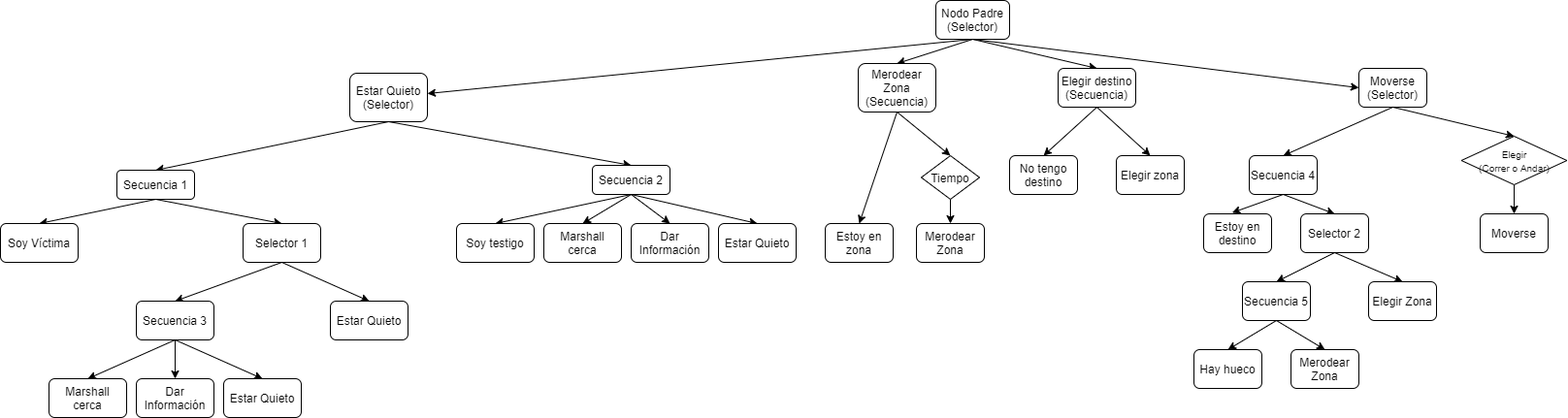
The draw.io diagram Comportamiento de Personajes/Documentos/BehaviourTreeVillager.png in lightningopal/Juegos-para-Web-y-Redes-Sociales---Unity, before a commit. Source tidied: cells renumbered, new cells last; positions are measured from the earlier drawing's top-left corner, leaving out a move shared by most shapes.
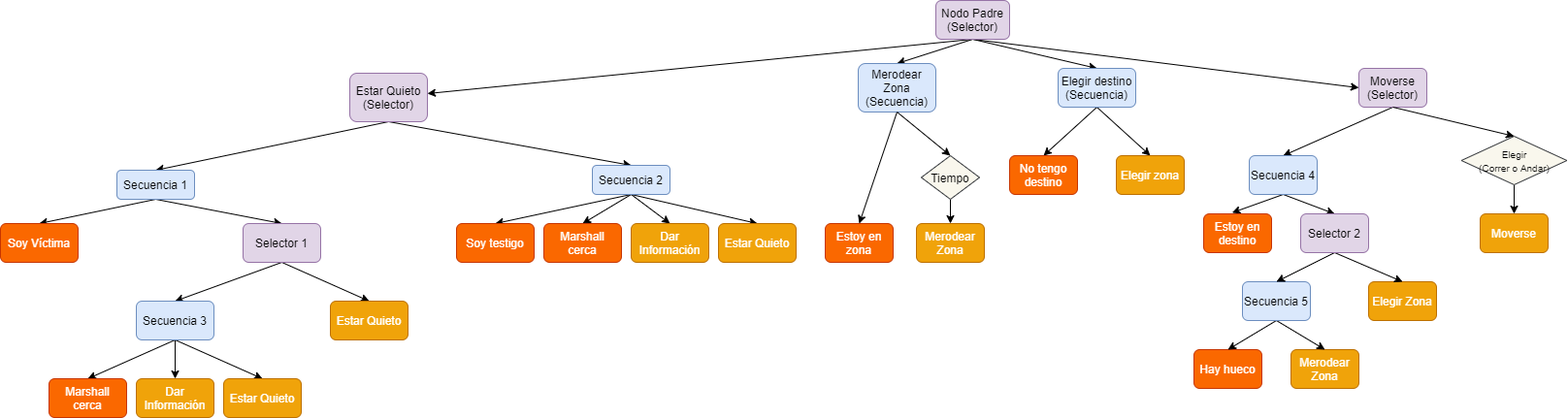
Above is the later version.

Commit message:
[CDP] - Actualización de los árboles de comportamientos

Diff of the diagram source:
```diff
@@ -14,7 +14,7 @@
     <mxCell id="5" style="edgeStyle=none;rounded=0;jettySize=auto;html=1;exitX=0.5;exitY=1;exitDx=0;exitDy=0;entryX=0;entryY=0.5;entryDx=0;entryDy=0;" parent="1" edge="1" source="6" target="9">
       <mxGeometry relative="1" as="geometry" />
     </mxCell>
-    <mxCell id="6" value="Nodo Padre&lt;br&gt;(Selector)" style="rounded=1;whiteSpace=wrap;html=1;" parent="1" vertex="1">
+    <mxCell id="6" value="Nodo Padre&lt;br&gt;(Selector)" style="rounded=1;whiteSpace=wrap;html=1;fillColor=#e1d5e7;strokeColor=#9673a6;" parent="1" vertex="1">
       <mxGeometry x="964" width="76" height="40" as="geometry" />
     </mxCell>
     <mxCell id="7" style="edgeStyle=none;rounded=0;jettySize=auto;html=1;exitX=0.5;exitY=1;exitDx=0;exitDy=0;entryX=0.5;entryY=0;entryDx=0;entryDy=0;" parent="1" edge="1" source="9" target="25">
@@ -23,7 +23,7 @@
     <mxCell id="8" style="edgeStyle=none;rounded=0;jettySize=auto;html=1;exitX=0.5;exitY=1;exitDx=0;exitDy=0;entryX=0.5;entryY=0;entryDx=0;entryDy=0;" parent="1" edge="1" source="63" target="26">
       <mxGeometry relative="1" as="geometry" />
     </mxCell>
-    <mxCell id="9" value="Moverse&lt;br&gt;(Selector)" style="rounded=1;whiteSpace=wrap;html=1;" parent="1" vertex="1">
+    <mxCell id="9" value="Moverse&lt;br&gt;(Selector)" style="rounded=1;whiteSpace=wrap;html=1;fillColor=#e1d5e7;strokeColor=#9673a6;" parent="1" vertex="1">
       <mxGeometry x="1400" y="70" width="70" height="40" as="geometry" />
     </mxCell>
     <mxCell id="10" style="edgeStyle=none;rounded=0;jettySize=auto;html=1;exitX=0.5;exitY=1;exitDx=0;exitDy=0;entryX=0.5;entryY=0;entryDx=0;entryDy=0;" parent="1" edge="1" source="12" target="16">
@@ -32,7 +32,7 @@
     <mxCell id="11" style="edgeStyle=none;rounded=0;jettySize=auto;html=1;exitX=0.5;exitY=1;exitDx=0;exitDy=0;entryX=0.5;entryY=0;entryDx=0;entryDy=0;" parent="1" edge="1" source="61" target="17">
       <mxGeometry relative="1" as="geometry" />
     </mxCell>
-    <mxCell id="12" value="Merodear Zona&lt;br&gt;(Secuencia)" style="rounded=1;whiteSpace=wrap;html=1;" parent="1" vertex="1">
+    <mxCell id="12" value="Merodear Zona&lt;br&gt;(Secuencia)" style="rounded=1;whiteSpace=wrap;html=1;fillColor=#dae8fc;strokeColor=#6c8ebf;" parent="1" vertex="1">
       <mxGeometry x="884" y="65" width="80" height="50" as="geometry" />
     </mxCell>
     <mxCell id="13" style="edgeStyle=none;rounded=0;jettySize=auto;html=1;exitX=0.5;exitY=1;exitDx=0;exitDy=0;entryX=0.5;entryY=0;entryDx=0;entryDy=0;" parent="1" edge="1" source="15" target="41">
@@ -41,13 +41,13 @@
     <mxCell id="14" style="edgeStyle=none;rounded=0;jettySize=auto;html=1;exitX=0.5;exitY=1;exitDx=0;exitDy=0;entryX=0.5;entryY=0;entryDx=0;entryDy=0;" parent="1" edge="1" source="15" target="34">
       <mxGeometry relative="1" as="geometry" />
     </mxCell>
-    <mxCell id="15" value="Estar Quieto&lt;br&gt;(Selector)" style="rounded=1;whiteSpace=wrap;html=1;" parent="1" vertex="1">
+    <mxCell id="15" value="Estar Quieto&lt;br&gt;(Selector)" style="rounded=1;whiteSpace=wrap;html=1;fillColor=#e1d5e7;strokeColor=#9673a6;" parent="1" vertex="1">
       <mxGeometry x="360" y="75" width="80" height="50" as="geometry" />
     </mxCell>
-    <mxCell id="16" value="Estoy en zona" style="rounded=1;whiteSpace=wrap;html=1;" parent="1" vertex="1">
+    <mxCell id="16" value="Estoy en zona" style="rounded=1;whiteSpace=wrap;html=1;fillColor=#fa6800;strokeColor=#C73500;fontColor=#ffffff;" parent="1" vertex="1">
       <mxGeometry x="850" y="230" width="70" height="40" as="geometry" />
     </mxCell>
-    <mxCell id="17" value="Merodear Zona" style="rounded=1;whiteSpace=wrap;html=1;" parent="1" vertex="1">
+    <mxCell id="17" value="Merodear Zona" style="rounded=1;whiteSpace=wrap;html=1;fillColor=#f0a30a;strokeColor=#BD7000;fontColor=#ffffff;" parent="1" vertex="1">
       <mxGeometry x="944" y="230" width="70" height="40" as="geometry" />
     </mxCell>
     <mxCell id="18" style="edgeStyle=none;rounded=0;jettySize=auto;html=1;exitX=0.5;exitY=1;exitDx=0;exitDy=0;entryX=0.5;entryY=0;entryDx=0;entryDy=0;" parent="1" edge="1" source="20" target="21">
@@ -56,13 +56,13 @@
     <mxCell id="19" style="edgeStyle=none;rounded=0;jettySize=auto;html=1;exitX=0.5;exitY=1;exitDx=0;exitDy=0;entryX=0.5;entryY=0;entryDx=0;entryDy=0;" parent="1" edge="1" source="20" target="22">
       <mxGeometry relative="1" as="geometry" />
     </mxCell>
-    <mxCell id="20" value="Elegir destino&lt;br&gt;(Secuencia)" style="rounded=1;whiteSpace=wrap;html=1;" parent="1" vertex="1">
+    <mxCell id="20" value="Elegir destino&lt;br&gt;(Secuencia)" style="rounded=1;whiteSpace=wrap;html=1;fillColor=#dae8fc;strokeColor=#6c8ebf;" parent="1" vertex="1">
       <mxGeometry x="1090" y="70" width="80" height="40" as="geometry" />
     </mxCell>
-    <mxCell id="21" value="No tengo destino" style="rounded=1;whiteSpace=wrap;html=1;" parent="1" vertex="1">
+    <mxCell id="21" value="No tengo destino" style="rounded=1;whiteSpace=wrap;html=1;fillColor=#fa6800;strokeColor=#C73500;fontColor=#ffffff;" parent="1" vertex="1">
       <mxGeometry x="1040" y="160" width="70" height="40" as="geometry" />
     </mxCell>
-    <mxCell id="22" value="Elegir zona" style="rounded=1;whiteSpace=wrap;html=1;" parent="1" vertex="1">
+    <mxCell id="22" value="Elegir zona" style="rounded=1;whiteSpace=wrap;html=1;fillColor=#f0a30a;strokeColor=#BD7000;fontColor=#ffffff;" parent="1" vertex="1">
       <mxGeometry x="1150" y="160" width="70" height="40" as="geometry" />
     </mxCell>
     <mxCell id="23" style="edgeStyle=none;rounded=0;jettySize=auto;html=1;exitX=0.5;exitY=1;exitDx=0;exitDy=0;entryX=0.419;entryY=-0.029;entryDx=0;entryDy=0;entryPerimeter=0;" parent="1" edge="1" source="25" target="27">
@@ -71,19 +71,19 @@
     <mxCell id="24" style="edgeStyle=none;rounded=0;jettySize=auto;html=1;exitX=0.5;exitY=1;exitDx=0;exitDy=0;entryX=0.5;entryY=0;entryDx=0;entryDy=0;" parent="1" edge="1" source="25" target="60">
       <mxGeometry relative="1" as="geometry" />
     </mxCell>
-    <mxCell id="25" value="Secuencia 4" style="rounded=1;whiteSpace=wrap;html=1;" parent="1" vertex="1">
+    <mxCell id="25" value="Secuencia 4" style="rounded=1;whiteSpace=wrap;html=1;fillColor=#dae8fc;strokeColor=#6c8ebf;" parent="1" vertex="1">
       <mxGeometry x="1287" y="160" width="70" height="40" as="geometry" />
     </mxCell>
-    <mxCell id="26" value="Moverse" style="rounded=1;whiteSpace=wrap;html=1;" parent="1" vertex="1">
+    <mxCell id="26" value="Moverse" style="rounded=1;whiteSpace=wrap;html=1;fillColor=#f0a30a;strokeColor=#BD7000;fontColor=#ffffff;" parent="1" vertex="1">
       <mxGeometry x="1525" y="220" width="70" height="40" as="geometry" />
     </mxCell>
-    <mxCell id="27" value="Estoy en destino" style="rounded=1;whiteSpace=wrap;html=1;" parent="1" vertex="1">
+    <mxCell id="27" value="Estoy en destino" style="rounded=1;whiteSpace=wrap;html=1;fillColor=#fa6800;strokeColor=#C73500;fontColor=#ffffff;" parent="1" vertex="1">
       <mxGeometry x="1240" y="220" width="70" height="40" as="geometry" />
     </mxCell>
-    <mxCell id="28" value="Hay hueco" style="rounded=1;whiteSpace=wrap;html=1;" parent="1" vertex="1">
+    <mxCell id="28" value="Hay hueco" style="rounded=1;whiteSpace=wrap;html=1;fillColor=#fa6800;strokeColor=#C73500;fontColor=#ffffff;" parent="1" vertex="1">
       <mxGeometry x="1230" y="360" width="70" height="40" as="geometry" />
     </mxCell>
-    <mxCell id="29" value="Merodear Zona" style="rounded=1;whiteSpace=wrap;html=1;" parent="1" vertex="1">
+    <mxCell id="29" value="Merodear Zona" style="rounded=1;whiteSpace=wrap;html=1;fillColor=#f0a30a;strokeColor=#BD7000;fontColor=#ffffff;" parent="1" vertex="1">
       <mxGeometry x="1330" y="360" width="70" height="40" as="geometry" />
     </mxCell>
     <mxCell id="30" style="edgeStyle=none;rounded=0;jettySize=auto;html=1;exitX=0.5;exitY=1;exitDx=0;exitDy=0;entryX=0.5;entryY=0;entryDx=0;entryDy=0;" parent="1" edge="1" source="34" target="35">
@@ -98,19 +98,19 @@
     <mxCell id="33" style="edgeStyle=none;rounded=0;jettySize=auto;html=1;exitX=0.5;exitY=1;exitDx=0;exitDy=0;entryX=0.5;entryY=0;entryDx=0;entryDy=0;" parent="1" edge="1" source="34" target="37">
       <mxGeometry relative="1" as="geometry" />
     </mxCell>
-    <mxCell id="34" value="Secuencia 2" style="rounded=1;whiteSpace=wrap;html=1;" parent="1" vertex="1">
+    <mxCell id="34" value="Secuencia 2" style="rounded=1;whiteSpace=wrap;html=1;fillColor=#dae8fc;strokeColor=#6c8ebf;" parent="1" vertex="1">
       <mxGeometry x="610" y="170" width="80" height="30" as="geometry" />
     </mxCell>
-    <mxCell id="35" value="Soy testigo" style="rounded=1;whiteSpace=wrap;html=1;" parent="1" vertex="1">
+    <mxCell id="35" value="Soy testigo" style="rounded=1;whiteSpace=wrap;html=1;fillColor=#fa6800;strokeColor=#C73500;fontColor=#ffffff;" parent="1" vertex="1">
       <mxGeometry x="470" y="230" width="80" height="40" as="geometry" />
     </mxCell>
-    <mxCell id="36" value="Marshall cerca" style="rounded=1;whiteSpace=wrap;html=1;" parent="1" vertex="1">
+    <mxCell id="36" value="Marshall cerca" style="rounded=1;whiteSpace=wrap;html=1;fillColor=#fa6800;strokeColor=#C73500;fontColor=#ffffff;" parent="1" vertex="1">
       <mxGeometry x="560" y="230" width="80" height="40" as="geometry" />
     </mxCell>
-    <mxCell id="37" value="Estar Quieto" style="rounded=1;whiteSpace=wrap;html=1;" parent="1" vertex="1">
+    <mxCell id="37" value="Estar Quieto" style="rounded=1;whiteSpace=wrap;html=1;fillColor=#f0a30a;strokeColor=#BD7000;fontColor=#ffffff;" parent="1" vertex="1">
       <mxGeometry x="740" y="230" width="80" height="40" as="geometry" />
     </mxCell>
-    <mxCell id="38" value="Dar Información" style="rounded=1;whiteSpace=wrap;html=1;" parent="1" vertex="1">
+    <mxCell id="38" value="Dar Información" style="rounded=1;whiteSpace=wrap;html=1;fillColor=#f0a30a;strokeColor=#BD7000;fontColor=#ffffff;" parent="1" vertex="1">
       <mxGeometry x="650" y="230" width="80" height="40" as="geometry" />
     </mxCell>
     <mxCell id="39" style="edgeStyle=none;rounded=0;jettySize=auto;html=1;exitX=0.5;exitY=1;exitDx=0;exitDy=0;entryX=0.5;entryY=0;entryDx=0;entryDy=0;" parent="1" edge="1" source="41" target="42">
@@ -119,10 +119,10 @@
     <mxCell id="40" style="edgeStyle=none;rounded=0;jettySize=auto;html=1;exitX=0.5;exitY=1;exitDx=0;exitDy=0;entryX=0.5;entryY=0;entryDx=0;entryDy=0;" parent="1" edge="1" source="41" target="45">
       <mxGeometry relative="1" as="geometry" />
     </mxCell>
-    <mxCell id="41" value="Secuencia 1" style="rounded=1;whiteSpace=wrap;html=1;" parent="1" vertex="1">
+    <mxCell id="41" value="Secuencia 1" style="rounded=1;whiteSpace=wrap;html=1;fillColor=#dae8fc;strokeColor=#6c8ebf;" parent="1" vertex="1">
       <mxGeometry x="120" y="175" width="80" height="30" as="geometry" />
     </mxCell>
-    <mxCell id="42" value="Soy Víctima" style="rounded=1;whiteSpace=wrap;html=1;" parent="1" vertex="1">
+    <mxCell id="42" value="Soy Víctima" style="rounded=1;whiteSpace=wrap;html=1;fillColor=#fa6800;strokeColor=#C73500;fontColor=#ffffff;" parent="1" vertex="1">
       <mxGeometry y="230" width="80" height="40" as="geometry" />
     </mxCell>
     <mxCell id="43" style="edgeStyle=none;rounded=0;jettySize=auto;html=1;exitX=0.5;exitY=1;exitDx=0;exitDy=0;entryX=0.5;entryY=0;entryDx=0;entryDy=0;" parent="1" edge="1" source="45" target="49">
@@ -131,7 +131,7 @@
     <mxCell id="44" style="edgeStyle=none;rounded=0;jettySize=auto;html=1;exitX=0.5;exitY=1;exitDx=0;exitDy=0;entryX=0.5;entryY=0;entryDx=0;entryDy=0;" parent="1" edge="1" source="45" target="50">
       <mxGeometry relative="1" as="geometry" />
     </mxCell>
-    <mxCell id="45" value="Selector 1" style="rounded=1;whiteSpace=wrap;html=1;" parent="1" vertex="1">
+    <mxCell id="45" value="Selector 1" style="rounded=1;whiteSpace=wrap;html=1;fillColor=#e1d5e7;strokeColor=#9673a6;" parent="1" vertex="1">
       <mxGeometry x="250" y="230" width="80" height="40" as="geometry" />
     </mxCell>
     <mxCell id="46" style="edgeStyle=none;rounded=0;jettySize=auto;html=1;exitX=0.5;exitY=1;exitDx=0;exitDy=0;entryX=0.5;entryY=0;entryDx=0;entryDy=0;" parent="1" edge="1" source="49" target="51">
@@ -143,22 +143,22 @@
     <mxCell id="48" style="edgeStyle=none;rounded=0;jettySize=auto;html=1;exitX=0.5;exitY=1;exitDx=0;exitDy=0;entryX=0.5;entryY=0;entryDx=0;entryDy=0;" parent="1" edge="1" source="49" target="52">
       <mxGeometry relative="1" as="geometry" />
     </mxCell>
-    <mxCell id="49" value="Secuencia 3" style="rounded=1;whiteSpace=wrap;html=1;" parent="1" vertex="1">
+    <mxCell id="49" value="Secuencia 3" style="rounded=1;whiteSpace=wrap;html=1;fillColor=#dae8fc;strokeColor=#6c8ebf;" parent="1" vertex="1">
       <mxGeometry x="140" y="310" width="80" height="40" as="geometry" />
     </mxCell>
-    <mxCell id="50" value="Estar Quieto" style="rounded=1;whiteSpace=wrap;html=1;" parent="1" vertex="1">
+    <mxCell id="50" value="Estar Quieto" style="rounded=1;whiteSpace=wrap;html=1;fillColor=#f0a30a;strokeColor=#BD7000;fontColor=#ffffff;" parent="1" vertex="1">
       <mxGeometry x="340" y="310" width="80" height="40" as="geometry" />
     </mxCell>
-    <mxCell id="51" value="Marshall cerca" style="rounded=1;whiteSpace=wrap;html=1;" parent="1" vertex="1">
+    <mxCell id="51" value="Marshall cerca" style="rounded=1;whiteSpace=wrap;html=1;fillColor=#fa6800;strokeColor=#C73500;fontColor=#ffffff;" parent="1" vertex="1">
       <mxGeometry x="50" y="390" width="80" height="40" as="geometry" />
     </mxCell>
-    <mxCell id="52" value="Estar Quieto" style="rounded=1;whiteSpace=wrap;html=1;" parent="1" vertex="1">
+    <mxCell id="52" value="Estar Quieto" style="rounded=1;whiteSpace=wrap;html=1;fillColor=#f0a30a;strokeColor=#BD7000;fontColor=#ffffff;" parent="1" vertex="1">
       <mxGeometry x="230" y="390" width="80" height="40" as="geometry" />
     </mxCell>
-    <mxCell id="53" value="Dar Información" style="rounded=1;whiteSpace=wrap;html=1;" parent="1" vertex="1">
+    <mxCell id="53" value="Dar Información" style="rounded=1;whiteSpace=wrap;html=1;fillColor=#f0a30a;strokeColor=#BD7000;fontColor=#ffffff;" parent="1" vertex="1">
       <mxGeometry x="140" y="390" width="80" height="40" as="geometry" />
     </mxCell>
-    <mxCell id="54" value="Elegir Zona" style="rounded=1;whiteSpace=wrap;html=1;" parent="1" vertex="1">
+    <mxCell id="54" value="Elegir Zona" style="rounded=1;whiteSpace=wrap;html=1;fillColor=#f0a30a;strokeColor=#BD7000;fontColor=#ffffff;" parent="1" vertex="1">
       <mxGeometry x="1410" y="290" width="70" height="40" as="geometry" />
     </mxCell>
     <mxCell id="55" style="edgeStyle=none;rounded=0;jettySize=auto;html=1;exitX=0.5;exitY=1;exitDx=0;exitDy=0;entryX=0.5;entryY=0;entryDx=0;entryDy=0;" parent="1" edge="1" source="57" target="28">
@@ -167,7 +167,7 @@
     <mxCell id="56" style="edgeStyle=none;rounded=0;jettySize=auto;html=1;exitX=0.5;exitY=1;exitDx=0;exitDy=0;entryX=0.5;entryY=0;entryDx=0;entryDy=0;" parent="1" edge="1" source="57" target="29">
       <mxGeometry relative="1" as="geometry" />
     </mxCell>
-    <mxCell id="57" value="Secuencia 5" style="rounded=1;whiteSpace=wrap;html=1;" parent="1" vertex="1">
+    <mxCell id="57" value="Secuencia 5" style="rounded=1;whiteSpace=wrap;html=1;fillColor=#dae8fc;strokeColor=#6c8ebf;" parent="1" vertex="1">
       <mxGeometry x="1280" y="290" width="70" height="40" as="geometry" />
     </mxCell>
     <mxCell id="58" style="edgeStyle=none;rounded=0;jettySize=auto;html=1;exitX=0.5;exitY=1;exitDx=0;exitDy=0;entryX=0.5;entryY=0;entryDx=0;entryDy=0;" parent="1" edge="1" source="60" target="57">
@@ -176,16 +176,16 @@
     <mxCell id="59" style="edgeStyle=none;rounded=0;jettySize=auto;html=1;exitX=0.5;exitY=1;exitDx=0;exitDy=0;entryX=0.5;entryY=0;entryDx=0;entryDy=0;" parent="1" edge="1" source="60" target="54">
       <mxGeometry relative="1" as="geometry" />
     </mxCell>
-    <mxCell id="60" value="Selector 2" style="rounded=1;whiteSpace=wrap;html=1;" parent="1" vertex="1">
+    <mxCell id="60" value="Selector 2" style="rounded=1;whiteSpace=wrap;html=1;fillColor=#e1d5e7;strokeColor=#9673a6;" parent="1" vertex="1">
       <mxGeometry x="1340" y="220" width="70" height="40" as="geometry" />
     </mxCell>
-    <mxCell id="61" value="Tiempo" style="rhombus;whiteSpace=wrap;html=1;" parent="1" vertex="1">
+    <mxCell id="61" value="Tiempo" style="rhombus;whiteSpace=wrap;html=1;fillColor=#f9f7ed;strokeColor=#36393d;" parent="1" vertex="1">
       <mxGeometry x="949" y="160" width="60" height="45" as="geometry" />
     </mxCell>
     <mxCell id="62" style="edgeStyle=none;rounded=0;jettySize=auto;html=1;exitX=0.5;exitY=1;exitDx=0;exitDy=0;entryX=0.5;entryY=0;entryDx=0;entryDy=0;" parent="1" edge="1" source="12" target="61">
       <mxGeometry relative="1" as="geometry" />
     </mxCell>
-    <mxCell id="63" value="&lt;font style=&quot;font-size: 10px&quot;&gt;Elegir&lt;br&gt;(Correr o Andar)&lt;/font&gt;" style="rhombus;whiteSpace=wrap;html=1;" parent="1" vertex="1">
+    <mxCell id="63" value="&lt;font style=&quot;font-size: 10px&quot;&gt;Elegir&lt;br&gt;(Correr o Andar)&lt;/font&gt;" style="rhombus;whiteSpace=wrap;html=1;fillColor=#f9f7ed;strokeColor=#36393d;" parent="1" vertex="1">
       <mxGeometry x="1505.6" y="140" width="108.8" height="50" as="geometry" />
     </mxCell>
     <mxCell id="64" style="edgeStyle=none;rounded=0;jettySize=auto;html=1;exitX=0.5;exitY=1;exitDx=0;exitDy=0;entryX=0.5;entryY=0;entryDx=0;entryDy=0;" parent="1" edge="1" source="9" target="63">
```
